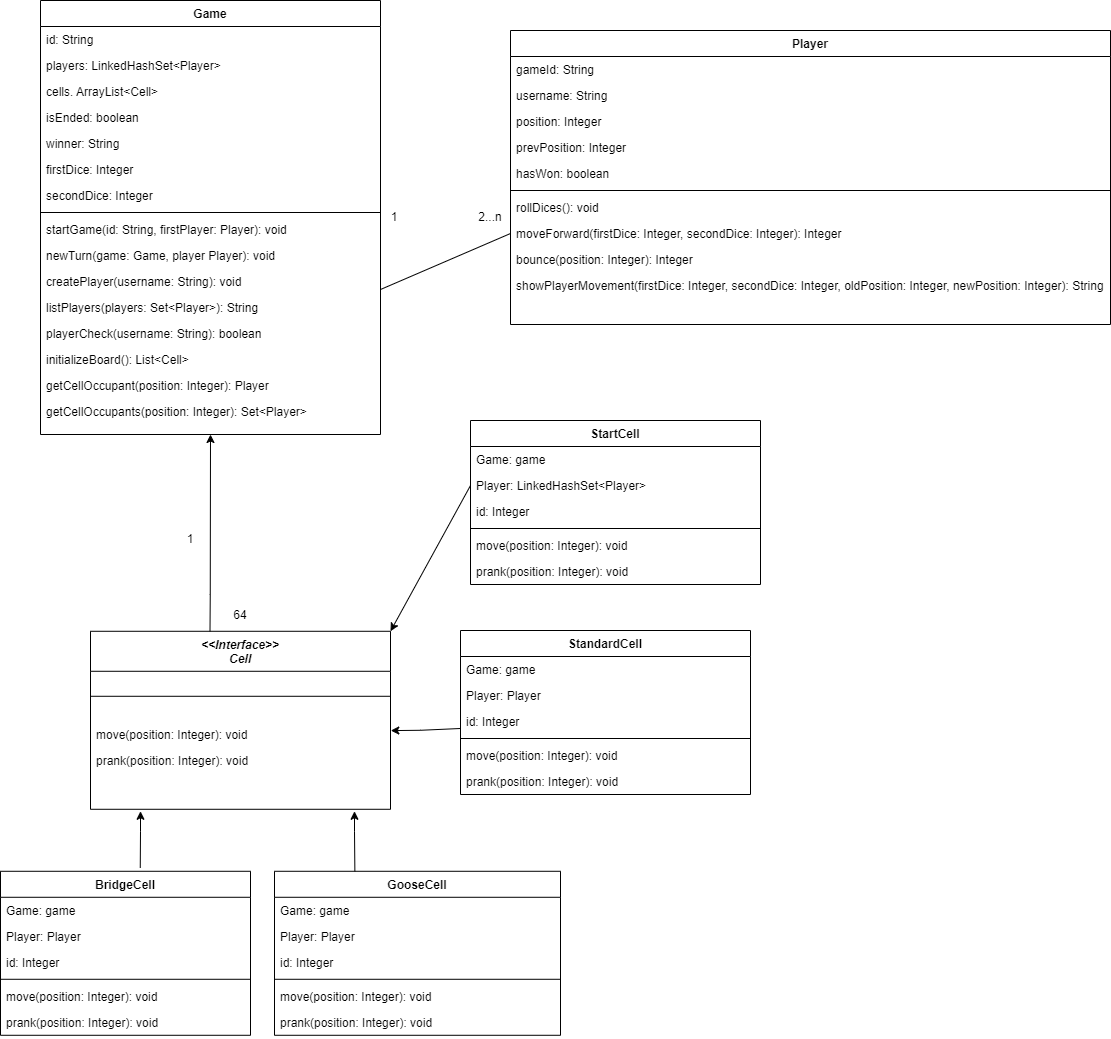
Above: Diagrams/Class Diagram/TheGooseGame_ClassDiagram.png in diegorodolfofranco/the-goose-game (draw.io), before the change. Source tidied: cells renumbered, new cells last; positions are measured from the earlier drawing's top-left corner, leaving out a move shared by most shapes.
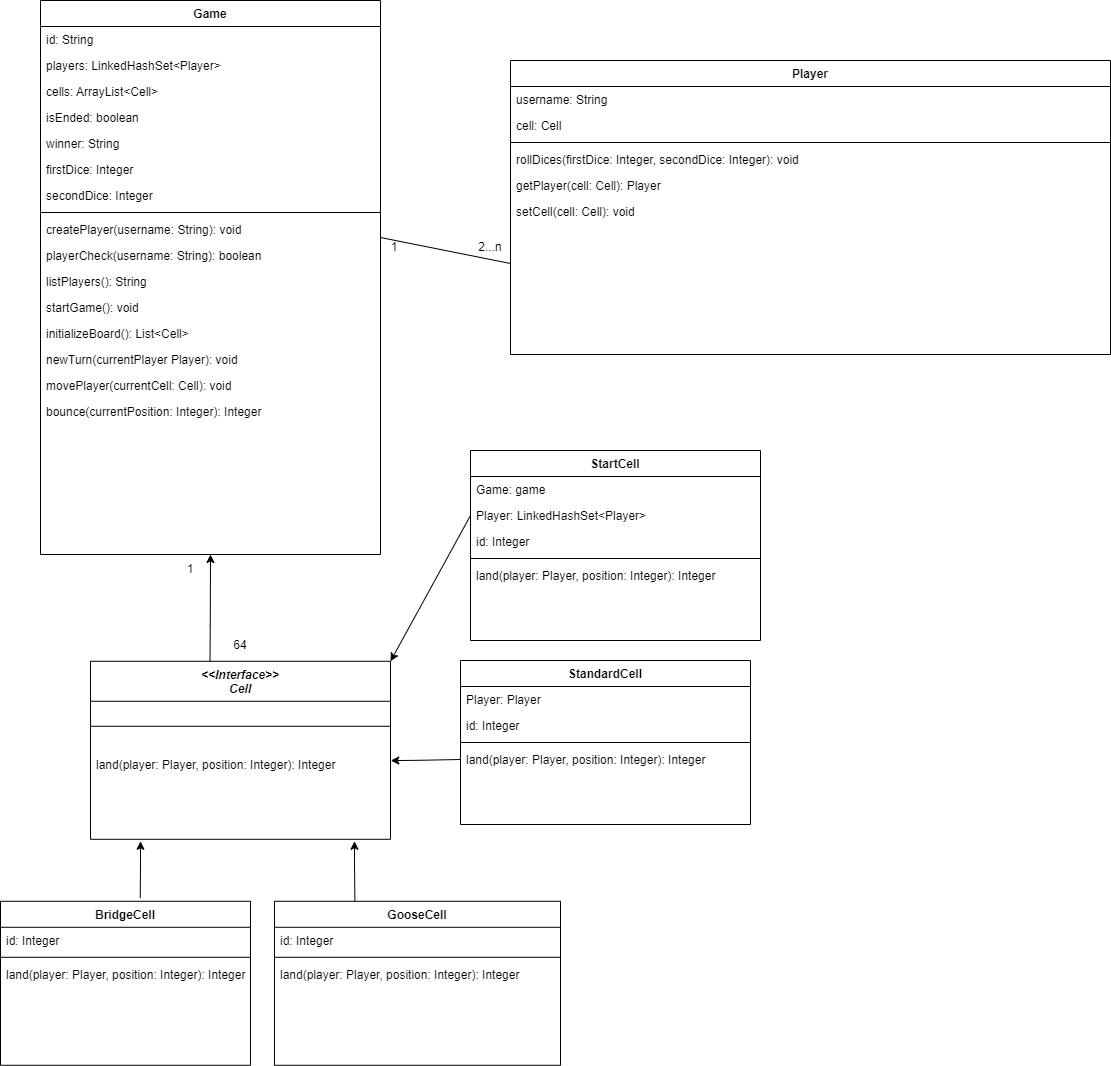
The same file after the commit.

Commit message:
Updated class diagram

The edit, as a diff of the source:
```diff
@@ -5,3 +5,3 @@
     <mxCell id="2" value="Game" style="swimlane;fontStyle=1;align=center;verticalAlign=top;horizontal=1;startSize=26;rounded=0;shadow=0;strokeWidth=1;" parent="1" vertex="1">
-      <mxGeometry x="40" width="340" height="434" as="geometry" />
+      <mxGeometry x="40" y="-30" width="340" height="554" as="geometry" />
     </mxCell>
@@ -13,3 +13,3 @@
     </mxCell>
-    <mxCell id="5" value="cells. ArrayList&lt;Cell&gt;" style="text;align=left;verticalAlign=top;spacingLeft=4;spacingRight=4;overflow=hidden;rounded=0;shadow=0;html=0;" parent="2" vertex="1">
+    <mxCell id="5" value="cells: ArrayList&lt;Cell&gt;" style="text;align=left;verticalAlign=top;spacingLeft=4;spacingRight=4;overflow=hidden;rounded=0;shadow=0;html=0;" parent="2" vertex="1">
       <mxGeometry y="78" width="340" height="26" as="geometry" />
@@ -31,26 +31,26 @@
     </mxCell>
+    <mxCell id="13" value="createPlayer(username: String): void" style="text;align=left;verticalAlign=top;spacingLeft=4;spacingRight=4;overflow=hidden;points=[[0,0.5],[1,0.5]];portConstraint=eastwest;" parent="2" vertex="1">
+      <mxGeometry y="216" width="340" height="26" as="geometry" />
+    </mxCell>
+    <mxCell id="15" value="playerCheck(username: String): boolean" style="text;align=left;verticalAlign=top;spacingLeft=4;spacingRight=4;overflow=hidden;" parent="2" vertex="1">
+      <mxGeometry y="242" width="340" height="26" as="geometry" />
+    </mxCell>
+    <mxCell id="14" value="listPlayers(): String" style="text;align=left;verticalAlign=top;spacingLeft=4;spacingRight=4;overflow=hidden;" parent="2" vertex="1">
+      <mxGeometry y="268" width="340" height="26" as="geometry" />
+    </mxCell>
-    <mxCell id="11" value="startGame(id: String, firstPlayer: Player): void" style="text;align=left;verticalAlign=top;spacingLeft=4;spacingRight=4;overflow=hidden;" parent="2" vertex="1">
-      <mxGeometry y="216" width="340" height="26" as="geometry" />
+    <mxCell id="11" value="startGame(): void" style="text;align=left;verticalAlign=top;spacingLeft=4;spacingRight=4;overflow=hidden;" parent="2" vertex="1">
+      <mxGeometry y="294" width="340" height="26" as="geometry" />
     </mxCell>
+    <mxCell id="16" value="initializeBoard(): List&lt;Cell&gt;" style="text;align=left;verticalAlign=top;spacingLeft=4;spacingRight=4;overflow=hidden;" parent="2" vertex="1">
+      <mxGeometry y="320" width="340" height="26" as="geometry" />
+    </mxCell>
-    <mxCell id="12" value="newTurn(game: Game, player Player): void" style="text;align=left;verticalAlign=top;spacingLeft=4;spacingRight=4;overflow=hidden;" parent="2" vertex="1">
-      <mxGeometry y="242" width="340" height="26" as="geometry" />
+    <mxCell id="12" value="newTurn(currentPlayer Player): void" style="text;align=left;verticalAlign=top;spacingLeft=4;spacingRight=4;overflow=hidden;" parent="2" vertex="1">
+      <mxGeometry y="346" width="340" height="26" as="geometry" />
     </mxCell>
-    <mxCell id="13" value="createPlayer(username: String): void" style="text;align=left;verticalAlign=top;spacingLeft=4;spacingRight=4;overflow=hidden;points=[[0,0.5],[1,0.5]];portConstraint=eastwest;" parent="2" vertex="1">
-      <mxGeometry y="268" width="340" height="26" as="geometry" />
-    </mxCell>
-    <mxCell id="14" value="listPlayers(players: Set&lt;Player&gt;): String" style="text;align=left;verticalAlign=top;spacingLeft=4;spacingRight=4;overflow=hidden;" parent="2" vertex="1">
-      <mxGeometry y="294" width="340" height="26" as="geometry" />
-    </mxCell>
-    <mxCell id="15" value="playerCheck(username: String): boolean" style="text;align=left;verticalAlign=top;spacingLeft=4;spacingRight=4;overflow=hidden;" parent="2" vertex="1">
-      <mxGeometry y="320" width="340" height="26" as="geometry" />
-    </mxCell>
-    <mxCell id="16" value="initializeBoard(): List&lt;Cell&gt;" style="text;align=left;verticalAlign=top;spacingLeft=4;spacingRight=4;overflow=hidden;" parent="2" vertex="1">
-      <mxGeometry y="346" width="340" height="26" as="geometry" />
-    </mxCell>
+    <mxCell id="72" value="movePlayer(currentCell: Cell): void" style="text;align=left;verticalAlign=top;spacingLeft=4;spacingRight=4;overflow=hidden;" parent="2" vertex="1">
+      <mxGeometry y="372" width="340" height="26" as="geometry" />
+    </mxCell>
-    <mxCell id="17" value="getCellOccupant(position: Integer): Player" style="text;align=left;verticalAlign=top;spacingLeft=4;spacingRight=4;overflow=hidden;" parent="2" vertex="1">
-      <mxGeometry y="372" width="340" height="26" as="geometry" />
+    <mxCell id="17" value="bounce(currentPosition: Integer): Integer" style="text;align=left;verticalAlign=top;spacingLeft=4;spacingRight=4;overflow=hidden;" parent="2" vertex="1">
+      <mxGeometry y="398" width="340" height="26" as="geometry" />
     </mxCell>
-    <mxCell id="18" value="getCellOccupants(position: Integer): Set&lt;Player&gt;" style="text;align=left;verticalAlign=top;spacingLeft=4;spacingRight=4;overflow=hidden;" parent="2" vertex="1">
-      <mxGeometry y="398" width="340" height="26" as="geometry" />
-    </mxCell>
     <mxCell id="19" value="&lt;&lt;Interface&gt;&gt;&#10;Cell" style="swimlane;fontStyle=3;align=center;verticalAlign=top;horizontal=1;startSize=40;rounded=0;shadow=0;strokeWidth=1;" parent="1" vertex="1">
@@ -61,8 +61,5 @@
     </mxCell>
-    <mxCell id="21" value="move(position: Integer): void" style="text;align=left;verticalAlign=top;spacingLeft=4;spacingRight=4;overflow=hidden;" parent="19" vertex="1">
-      <mxGeometry y="90" width="300" height="26" as="geometry" />
-    </mxCell>
-    <mxCell id="22" value="prank(position: Integer): void" style="text;align=left;verticalAlign=top;spacingLeft=4;spacingRight=4;overflow=hidden;" parent="19" vertex="1">
-      <mxGeometry y="116" width="300" height="26" as="geometry" />
-    </mxCell>
+    <mxCell id="73" value="land(player: Player, position: Integer): Integer" style="text;align=left;verticalAlign=top;spacingLeft=4;spacingRight=4;overflow=hidden;" parent="19" vertex="1">
+      <mxGeometry y="90" width="300" height="26" as="geometry" />
+    </mxCell>
     <mxCell id="23" value="Player" style="swimlane;fontStyle=1;align=center;verticalAlign=top;horizontal=1;startSize=26;rounded=0;shadow=0;strokeWidth=1;" parent="1" vertex="1">
@@ -70,32 +67,20 @@
     </mxCell>
-    <mxCell id="24" value="gameId: String" style="text;align=left;verticalAlign=top;spacingLeft=4;spacingRight=4;overflow=hidden;" parent="23" vertex="1">
-      <mxGeometry y="26" width="600" height="26" as="geometry" />
-    </mxCell>
     <mxCell id="25" value="username: String" style="text;align=left;verticalAlign=top;spacingLeft=4;spacingRight=4;overflow=hidden;" parent="23" vertex="1">
-      <mxGeometry y="52" width="600" height="26" as="geometry" />
+      <mxGeometry y="26" width="600" height="26" as="geometry" />
     </mxCell>
-    <mxCell id="26" value="position: Integer" style="text;align=left;verticalAlign=top;spacingLeft=4;spacingRight=4;overflow=hidden;rounded=0;shadow=0;html=0;" parent="23" vertex="1">
-      <mxGeometry y="78" width="600" height="26" as="geometry" />
+    <mxCell id="26" value="cell: Cell" style="text;align=left;verticalAlign=top;spacingLeft=4;spacingRight=4;overflow=hidden;rounded=0;shadow=0;html=0;" parent="23" vertex="1">
+      <mxGeometry y="52" width="600" height="26" as="geometry" />
     </mxCell>
-    <mxCell id="27" value="prevPosition: Integer" style="text;align=left;verticalAlign=top;spacingLeft=4;spacingRight=4;overflow=hidden;rounded=0;shadow=0;html=0;" parent="23" vertex="1">
-      <mxGeometry y="104" width="600" height="26" as="geometry" />
-    </mxCell>
-    <mxCell id="28" value="hasWon: boolean" style="text;align=left;verticalAlign=top;spacingLeft=4;spacingRight=4;overflow=hidden;rounded=0;shadow=0;html=0;" parent="23" vertex="1">
-      <mxGeometry y="130" width="600" height="26" as="geometry" />
-    </mxCell>
     <mxCell id="29" style="line;html=1;strokeWidth=1;align=left;verticalAlign=middle;spacingTop=-1;spacingLeft=3;spacingRight=3;labelPosition=right;" parent="23" vertex="1">
-      <mxGeometry y="156" width="600" height="8" as="geometry" />
+      <mxGeometry y="78" width="600" height="8" as="geometry" />
     </mxCell>
-    <mxCell id="30" value="rollDices(): void" style="text;align=left;verticalAlign=top;spacingLeft=4;spacingRight=4;overflow=hidden;" parent="23" vertex="1">
-      <mxGeometry y="164" width="600" height="26" as="geometry" />
+    <mxCell id="30" value="rollDices(firstDice: Integer, secondDice: Integer): void" style="text;align=left;verticalAlign=top;spacingLeft=4;spacingRight=4;overflow=hidden;" parent="23" vertex="1">
+      <mxGeometry y="86" width="600" height="26" as="geometry" />
     </mxCell>
-    <mxCell id="31" value="moveForward(firstDice: Integer, secondDice: Integer): Integer" style="text;align=left;verticalAlign=top;spacingLeft=4;spacingRight=4;overflow=hidden;" parent="23" vertex="1">
-      <mxGeometry y="190" width="600" height="26" as="geometry" />
-    </mxCell>
-    <mxCell id="32" value="bounce(position: Integer): Integer" style="text;align=left;verticalAlign=top;spacingLeft=4;spacingRight=4;overflow=hidden;" parent="23" vertex="1">
-      <mxGeometry y="216" width="600" height="26" as="geometry" />
-    </mxCell>
-    <mxCell id="33" value="showPlayerMovement(firstDice: Integer, secondDice: Integer, oldPosition: Integer, newPosition: Integer): String" style="text;align=left;verticalAlign=top;spacingLeft=4;spacingRight=4;overflow=hidden;" parent="23" vertex="1">
-      <mxGeometry y="242" width="600" height="26" as="geometry" />
-    </mxCell>
+    <mxCell id="74" value="getPlayer(cell: Cell): Player" style="text;align=left;verticalAlign=top;spacingLeft=4;spacingRight=4;overflow=hidden;" parent="23" vertex="1">
+      <mxGeometry y="112" width="600" height="26" as="geometry" />
+    </mxCell>
+    <mxCell id="75" value="setCell(cell: Cell): void" style="text;align=left;verticalAlign=top;spacingLeft=4;spacingRight=4;overflow=hidden;" parent="23" vertex="1">
+      <mxGeometry y="138" width="600" height="26" as="geometry" />
+    </mxCell>
     <mxCell id="34" value="BridgeCell" style="swimlane;fontStyle=1;align=center;verticalAlign=top;horizontal=1;startSize=26;rounded=0;shadow=0;strokeWidth=1;" parent="1" vertex="1">
@@ -103,20 +88,11 @@
     </mxCell>
-    <mxCell id="35" value="Game: game" style="text;align=left;verticalAlign=top;spacingLeft=4;spacingRight=4;overflow=hidden;" parent="34" vertex="1">
-      <mxGeometry y="26" width="250" height="26" as="geometry" />
-    </mxCell>
-    <mxCell id="36" value="Player: Player" style="text;align=left;verticalAlign=top;spacingLeft=4;spacingRight=4;overflow=hidden;" parent="34" vertex="1">
-      <mxGeometry y="52" width="250" height="26" as="geometry" />
-    </mxCell>
     <mxCell id="37" value="id: Integer" style="text;align=left;verticalAlign=top;spacingLeft=4;spacingRight=4;overflow=hidden;" parent="34" vertex="1">
-      <mxGeometry y="78" width="250" height="26" as="geometry" />
+      <mxGeometry y="26" width="250" height="26" as="geometry" />
     </mxCell>
     <mxCell id="38" style="line;html=1;strokeWidth=1;align=left;verticalAlign=middle;spacingTop=-1;spacingLeft=3;spacingRight=3;labelPosition=right;" parent="34" vertex="1">
-      <mxGeometry y="104" width="250" height="8" as="geometry" />
+      <mxGeometry y="52" width="250" height="8" as="geometry" />
     </mxCell>
-    <mxCell id="39" value="move(position: Integer): void" style="text;align=left;verticalAlign=top;spacingLeft=4;spacingRight=4;overflow=hidden;" parent="34" vertex="1">
-      <mxGeometry y="112" width="250" height="26" as="geometry" />
-    </mxCell>
-    <mxCell id="40" value="prank(position: Integer): void" style="text;align=left;verticalAlign=top;spacingLeft=4;spacingRight=4;overflow=hidden;" parent="34" vertex="1">
-      <mxGeometry y="138" width="250" height="26" as="geometry" />
-    </mxCell>
+    <mxCell id="76" value="land(player: Player, position: Integer): Integer" style="text;align=left;verticalAlign=top;spacingLeft=4;spacingRight=4;overflow=hidden;" parent="34" vertex="1">
+      <mxGeometry y="60" width="250" height="26" as="geometry" />
+    </mxCell>
     <mxCell id="41" value="GooseCell" style="swimlane;fontStyle=1;align=center;verticalAlign=top;horizontal=1;startSize=26;rounded=0;shadow=0;strokeWidth=1;" parent="1" vertex="1">
@@ -124,20 +100,11 @@
     </mxCell>
-    <mxCell id="42" value="Game: game" style="text;align=left;verticalAlign=top;spacingLeft=4;spacingRight=4;overflow=hidden;" parent="41" vertex="1">
-      <mxGeometry y="26" width="286" height="26" as="geometry" />
-    </mxCell>
-    <mxCell id="43" value="Player: Player" style="text;align=left;verticalAlign=top;spacingLeft=4;spacingRight=4;overflow=hidden;" parent="41" vertex="1">
-      <mxGeometry y="52" width="286" height="26" as="geometry" />
-    </mxCell>
     <mxCell id="44" value="id: Integer" style="text;align=left;verticalAlign=top;spacingLeft=4;spacingRight=4;overflow=hidden;" parent="41" vertex="1">
-      <mxGeometry y="78" width="286" height="26" as="geometry" />
+      <mxGeometry y="26" width="286" height="26" as="geometry" />
     </mxCell>
     <mxCell id="45" style="line;html=1;strokeWidth=1;align=left;verticalAlign=middle;spacingTop=-1;spacingLeft=3;spacingRight=3;labelPosition=right;" parent="41" vertex="1">
-      <mxGeometry y="104" width="286" height="8" as="geometry" />
+      <mxGeometry y="52" width="286" height="8" as="geometry" />
     </mxCell>
-    <mxCell id="46" value="move(position: Integer): void" style="text;align=left;verticalAlign=top;spacingLeft=4;spacingRight=4;overflow=hidden;" parent="41" vertex="1">
-      <mxGeometry y="112" width="286" height="26" as="geometry" />
-    </mxCell>
-    <mxCell id="47" value="prank(position: Integer): void" style="text;align=left;verticalAlign=top;spacingLeft=4;spacingRight=4;overflow=hidden;" parent="41" vertex="1">
-      <mxGeometry y="138" width="286" height="26" as="geometry" />
-    </mxCell>
+    <mxCell id="77" value="land(player: Player, position: Integer): Integer" style="text;align=left;verticalAlign=top;spacingLeft=4;spacingRight=4;overflow=hidden;" parent="41" vertex="1">
+      <mxGeometry y="60" width="286" height="26" as="geometry" />
+    </mxCell>
     <mxCell id="48" value="StandardCell" style="swimlane;fontStyle=1;align=center;verticalAlign=top;horizontal=1;startSize=26;rounded=0;shadow=0;strokeWidth=1;" parent="1" vertex="1">
@@ -145,20 +112,14 @@
     </mxCell>
-    <mxCell id="49" value="Game: game" style="text;align=left;verticalAlign=top;spacingLeft=4;spacingRight=4;overflow=hidden;" parent="48" vertex="1">
-      <mxGeometry y="26" width="290" height="26" as="geometry" />
-    </mxCell>
     <mxCell id="50" value="Player: Player" style="text;align=left;verticalAlign=top;spacingLeft=4;spacingRight=4;overflow=hidden;" parent="48" vertex="1">
-      <mxGeometry y="52" width="290" height="26" as="geometry" />
+      <mxGeometry y="26" width="290" height="26" as="geometry" />
     </mxCell>
     <mxCell id="51" value="id: Integer" style="text;align=left;verticalAlign=top;spacingLeft=4;spacingRight=4;overflow=hidden;points=[[0,0.5],[1,0.5]];portConstraint=eastwest;" parent="48" vertex="1">
-      <mxGeometry y="78" width="290" height="26" as="geometry" />
+      <mxGeometry y="52" width="290" height="26" as="geometry" />
     </mxCell>
     <mxCell id="52" style="line;html=1;strokeWidth=1;align=left;verticalAlign=middle;spacingTop=-1;spacingLeft=3;spacingRight=3;labelPosition=right;" parent="48" vertex="1">
-      <mxGeometry y="104" width="290" height="8" as="geometry" />
+      <mxGeometry y="78" width="290" height="8" as="geometry" />
     </mxCell>
-    <mxCell id="53" value="move(position: Integer): void" style="text;align=left;verticalAlign=top;spacingLeft=4;spacingRight=4;overflow=hidden;" parent="48" vertex="1">
-      <mxGeometry y="112" width="290" height="26" as="geometry" />
-    </mxCell>
-    <mxCell id="54" value="prank(position: Integer): void" style="text;align=left;verticalAlign=top;spacingLeft=4;spacingRight=4;overflow=hidden;" parent="48" vertex="1">
-      <mxGeometry y="138" width="290" height="26" as="geometry" />
-    </mxCell>
+    <mxCell id="78" value="land(player: Player, position: Integer): Integer" style="text;align=left;verticalAlign=top;spacingLeft=4;spacingRight=4;overflow=hidden;points=[[0,0.5],[1,0.5]];portConstraint=eastwest;" parent="48" vertex="1">
+      <mxGeometry y="86" width="290" height="26" as="geometry" />
+    </mxCell>
     <mxCell id="55" style="endArrow=classic;html=1;rounded=0;exitX=0.559;exitY=-0.02;exitDx=0;exitDy=0;exitPerimeter=0;" parent="1" edge="1" source="34">
@@ -179,3 +140,3 @@
     </mxCell>
-    <mxCell id="57" style="endArrow=classic;html=1;rounded=0;entryX=1.001;entryY=-0.026;entryDx=0;entryDy=0;entryPerimeter=0;exitX=0;exitY=0.769;exitDx=0;exitDy=0;exitPerimeter=0;" parent="1" edge="1" source="51">
+    <mxCell id="57" style="endArrow=classic;html=1;rounded=0;entryX=1.001;entryY=-0.026;entryDx=0;entryDy=0;entryPerimeter=0;exitX=0;exitY=0.5;exitDx=0;exitDy=0;" parent="1" edge="1" source="78">
       <mxGeometry relative="1" as="geometry">
@@ -202,3 +163,3 @@
     <mxCell id="62" value="StartCell" style="swimlane;fontStyle=1;align=center;verticalAlign=top;horizontal=1;startSize=26;rounded=0;shadow=0;strokeWidth=1;" parent="1" vertex="1">
-      <mxGeometry x="470" y="420" width="290" height="164" as="geometry" />
+      <mxGeometry x="470" y="420" width="290" height="190" as="geometry" />
     </mxCell>
@@ -216,8 +177,5 @@
     </mxCell>
-    <mxCell id="67" value="move(position: Integer): void" style="text;align=left;verticalAlign=top;spacingLeft=4;spacingRight=4;overflow=hidden;" parent="62" vertex="1">
-      <mxGeometry y="112" width="290" height="26" as="geometry" />
-    </mxCell>
-    <mxCell id="68" value="prank(position: Integer): void" style="text;align=left;verticalAlign=top;spacingLeft=4;spacingRight=4;overflow=hidden;" parent="62" vertex="1">
-      <mxGeometry y="138" width="290" height="26" as="geometry" />
-    </mxCell>
+    <mxCell id="79" value="land(player: Player, position: Integer): Integer" style="text;align=left;verticalAlign=top;spacingLeft=4;spacingRight=4;overflow=hidden;" parent="62" vertex="1">
+      <mxGeometry y="112" width="290" height="26" as="geometry" />
+    </mxCell>
     <mxCell id="69" value="1" style="text;html=1;strokeColor=none;fillColor=none;align=center;verticalAlign=middle;whiteSpace=wrap;rounded=0;" parent="1" vertex="1">
```
